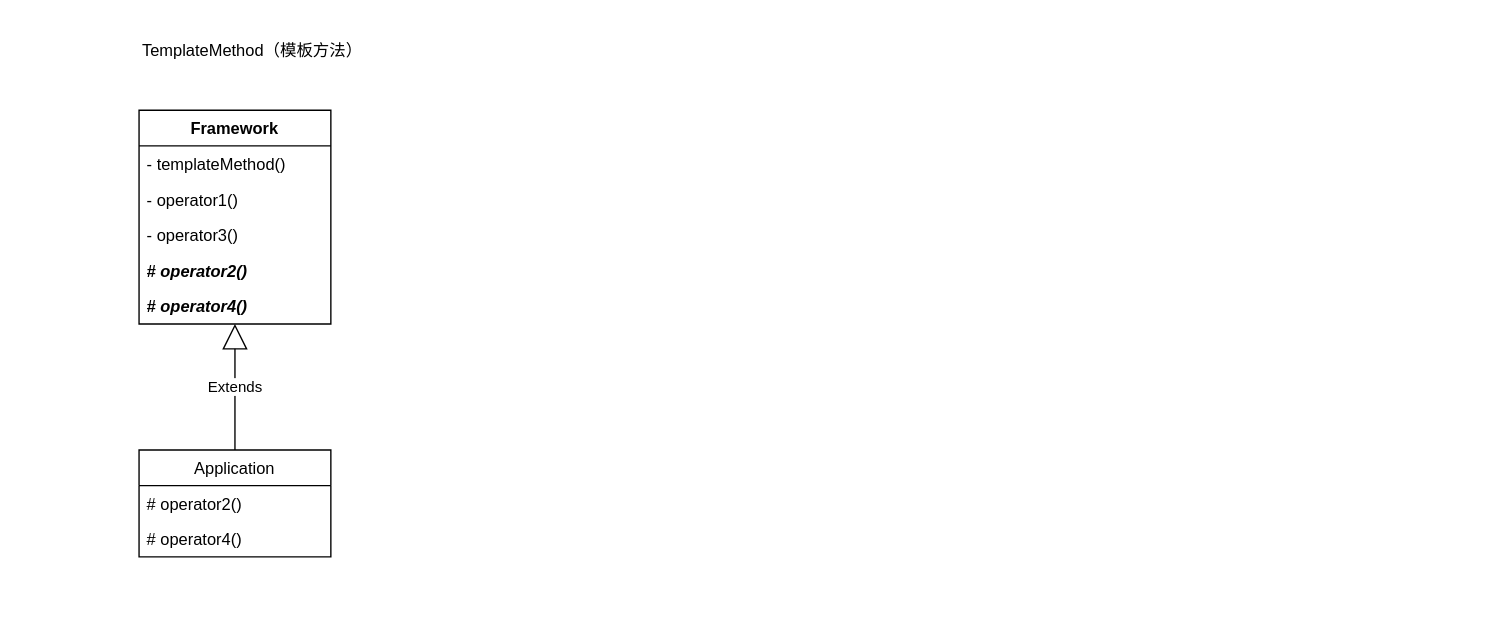
Earlier version of the draw.io diagram [language]/[What]c_cpp--base/gof/pic/uml.drawio (KcMeterCEC/explore). Source tidied: cells renumbered, new cells numbered last; positions are measured from the earlier drawing's top-left corner, leaving out a move shared by most shapes. Both pictures are drawn from the tidied source at 137%, with x=0, y=0 at pixel (127, 23).
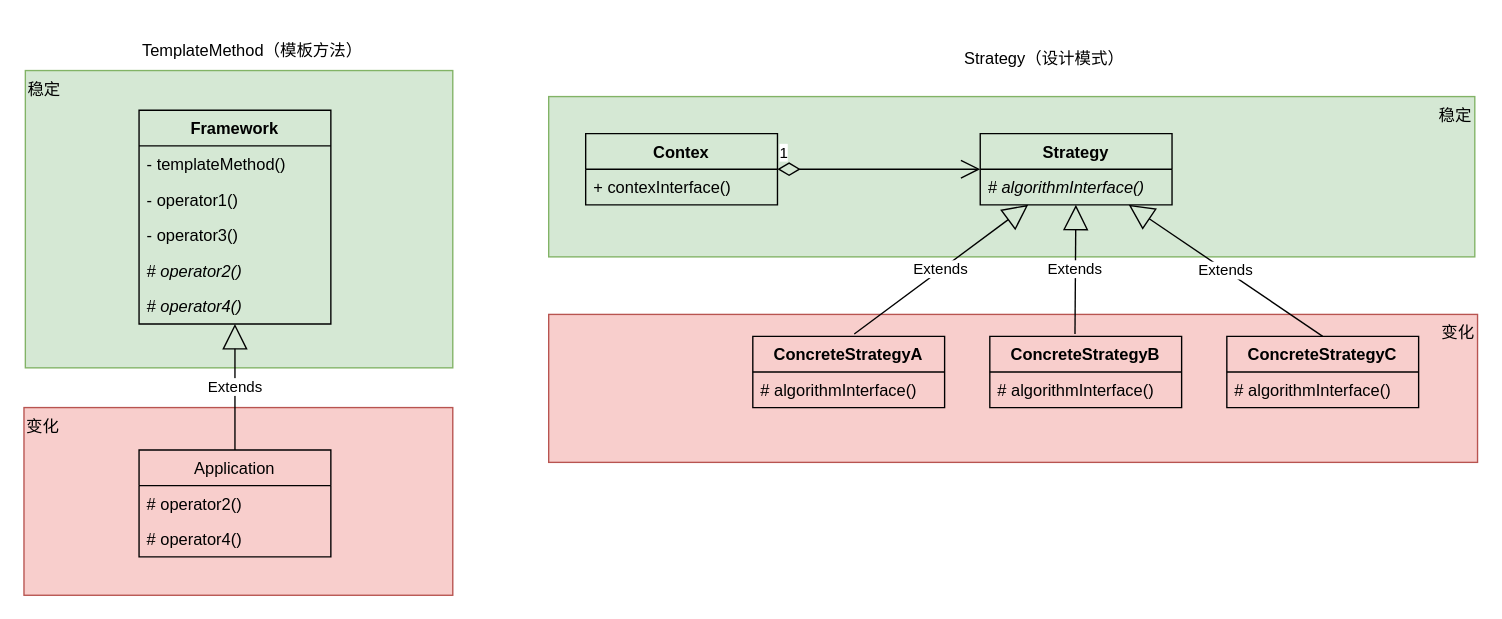
After the change.

The change refers to these unchanged cells:
```xml
<mxCell id="3" value="Framework" style="swimlane;fontStyle=1;horizontal=1;startSize=26;fillColor=none;" parent="1" vertex="1">
  <mxGeometry x="8" y="63" width="140" height="156" as="geometry" />
</mxCell>
<mxCell id="10" value="Application" style="swimlane;fontStyle=0;horizontal=1;startSize=26;fillColor=none;" parent="1" vertex="1">
  <mxGeometry x="8" y="311" width="140" height="78" as="geometry" />
</mxCell>
```

The edit, as a diff of the source:
```diff
@@
+    <mxCell id="13" value="变化" style="rounded=0;whiteSpace=wrap;html=1;align=right;verticalAlign=top;fillColor=#f8cecc;strokeColor=#b85450;" parent="1" vertex="1">
+      <mxGeometry x="307" y="212" width="678" height="108" as="geometry" />
+    </mxCell>
+    <mxCell id="14" value="稳定" style="rounded=0;whiteSpace=wrap;html=1;align=right;verticalAlign=top;fillColor=#d5e8d4;strokeColor=#82b366;" parent="1" vertex="1">
+      <mxGeometry x="307" y="53" width="676" height="117" as="geometry" />
+    </mxCell>
+    <mxCell id="15" value="变化" style="rounded=0;whiteSpace=wrap;html=1;align=left;verticalAlign=top;fillColor=#f8cecc;strokeColor=#b85450;" parent="1" vertex="1">
+      <mxGeometry x="-76" y="280" width="313" height="137" as="geometry" />
+    </mxCell>
+    <mxCell id="16" value="&lt;div&gt;&lt;span&gt;稳定&lt;/span&gt;&lt;/div&gt;" style="rounded=0;whiteSpace=wrap;html=1;align=left;verticalAlign=top;fillColor=#d5e8d4;strokeColor=#82b366;" parent="1" vertex="1">
+      <mxGeometry x="-75" y="34" width="312" height="217" as="geometry" />
+    </mxCell>
@@
+    <mxCell id="9" value="Extends" style="endArrow=block;endSize=16;endFill=0;html=1;exitX=0.5;exitY=0;exitDx=0;exitDy=0;" parent="1" edge="1" source="10" target="3">
+      <mxGeometry relative="1" as="geometry" />
+    </mxCell>
+    <mxCell id="17" value="Strategy（设计模式）" style="text;html=1;strokeColor=none;fillColor=none;align=center;verticalAlign=middle;whiteSpace=wrap;rounded=0;" parent="1" vertex="1">
+      <mxGeometry x="607" y="17" width="124" height="17" as="geometry" />
+    </mxCell>
+    <mxCell id="18" value="1" style="endArrow=open;html=1;endSize=12;startArrow=diamondThin;startSize=14;startFill=0;edgeStyle=orthogonalEdgeStyle;align=left;verticalAlign=bottom;" parent="1" edge="1" source="28" target="30">
+      <mxGeometry x="-1" y="3" relative="1" as="geometry" />
+    </mxCell>
+    <mxCell id="19" value="Extends" style="endArrow=block;endSize=16;endFill=0;html=1;exitX=0.529;exitY=-0.033;exitDx=0;exitDy=0;exitPerimeter=0;" parent="1" edge="1" source="22" target="30">
+      <mxGeometry relative="1" as="geometry" />
+    </mxCell>
+    <mxCell id="20" value="Extends" style="endArrow=block;endSize=16;endFill=0;html=1;exitX=0.444;exitY=-0.033;exitDx=0;exitDy=0;exitPerimeter=0;" parent="1" edge="1" source="26" target="30">
+      <mxGeometry relative="1" as="geometry" />
+    </mxCell>
+    <mxCell id="21" value="Extends" style="endArrow=block;endSize=16;endFill=0;html=1;exitX=0.5;exitY=0;exitDx=0;exitDy=0;" parent="1" edge="1" source="24" target="30">
+      <mxGeometry relative="1" as="geometry" />
+    </mxCell>
+    <mxCell id="22" value="ConcreteStrategyA" style="swimlane;fontStyle=1;horizontal=1;startSize=26;fillColor=none;" parent="1" vertex="1">
+      <mxGeometry x="456" y="228" width="140" height="52" as="geometry" />
+    </mxCell>
+    <mxCell id="23" value="# algorithmInterface()" style="text;strokeColor=none;fillColor=none;align=left;verticalAlign=top;spacingLeft=4;spacingRight=4;overflow=hidden;" parent="22" vertex="1">
+      <mxGeometry y="26" width="140" height="26" as="geometry" />
+    </mxCell>
+    <mxCell id="24" value="ConcreteStrategyC" style="swimlane;fontStyle=1;horizontal=1;startSize=26;fillColor=none;" parent="1" vertex="1">
+      <mxGeometry x="802" y="228" width="140" height="52" as="geometry" />
+    </mxCell>
+    <mxCell id="25" value="# algorithmInterface()" style="text;strokeColor=none;fillColor=none;align=left;verticalAlign=top;spacingLeft=4;spacingRight=4;overflow=hidden;" parent="24" vertex="1">
+      <mxGeometry y="26" width="140" height="26" as="geometry" />
+    </mxCell>
+    <mxCell id="26" value="ConcreteStrategyB" style="swimlane;fontStyle=1;horizontal=1;startSize=26;fillColor=none;" parent="1" vertex="1">
+      <mxGeometry x="629" y="228" width="140" height="52" as="geometry" />
+    </mxCell>
+    <mxCell id="27" value="# algorithmInterface()" style="text;strokeColor=none;fillColor=none;align=left;verticalAlign=top;spacingLeft=4;spacingRight=4;overflow=hidden;" parent="26" vertex="1">
+      <mxGeometry y="26" width="140" height="26" as="geometry" />
+    </mxCell>
+    <mxCell id="28" value="Contex" style="swimlane;fontStyle=1;horizontal=1;startSize=26;fillColor=none;" parent="1" vertex="1">
+      <mxGeometry x="334" y="80" width="140" height="52" as="geometry" />
+    </mxCell>
+    <mxCell id="29" value="+ contexInterface()" style="text;strokeColor=none;fillColor=none;align=left;verticalAlign=top;spacingLeft=4;spacingRight=4;overflow=hidden;" parent="28" vertex="1">
+      <mxGeometry y="26" width="140" height="26" as="geometry" />
+    </mxCell>
+    <mxCell id="30" value="Strategy" style="swimlane;fontStyle=1;horizontal=1;startSize=26;fillColor=none;" parent="1" vertex="1">
+      <mxGeometry x="622" y="80" width="140" height="52" as="geometry" />
+    </mxCell>
+    <mxCell id="31" value="# algorithmInterface()" style="text;strokeColor=none;fillColor=none;align=left;verticalAlign=top;spacingLeft=4;spacingRight=4;overflow=hidden;fontStyle=2;" parent="30" vertex="1">
+      <mxGeometry y="26" width="140" height="26" as="geometry" />
+    </mxCell>
@@
-    <mxCell id="7" value="# operator2()" style="text;strokeColor=none;fillColor=none;align=left;verticalAlign=top;spacingLeft=4;spacingRight=4;overflow=hidden;fontStyle=3;" parent="3" vertex="1">
+    <mxCell id="7" value="# operator2()" style="text;strokeColor=none;fillColor=none;align=left;verticalAlign=top;spacingLeft=4;spacingRight=4;overflow=hidden;fontStyle=2;" parent="3" vertex="1">
       <mxGeometry y="104" width="140" height="26" as="geometry" />
     </mxCell>
-    <mxCell id="8" value="# operator4()" style="text;strokeColor=none;fillColor=none;align=left;verticalAlign=top;spacingLeft=4;spacingRight=4;overflow=hidden;fontStyle=3;" parent="3" vertex="1">
+    <mxCell id="8" value="# operator4()" style="text;strokeColor=none;fillColor=none;align=left;verticalAlign=top;spacingLeft=4;spacingRight=4;overflow=hidden;fontStyle=2;" parent="3" vertex="1">
       <mxGeometry y="130" width="140" height="26" as="geometry" />
     </mxCell>
-    <mxCell id="9" value="Extends" style="endArrow=block;endSize=16;endFill=0;html=1;exitX=0.5;exitY=0;exitDx=0;exitDy=0;" parent="1" edge="1" source="10" target="3">
-      <mxGeometry relative="1" as="geometry" />
-    </mxCell>
```
